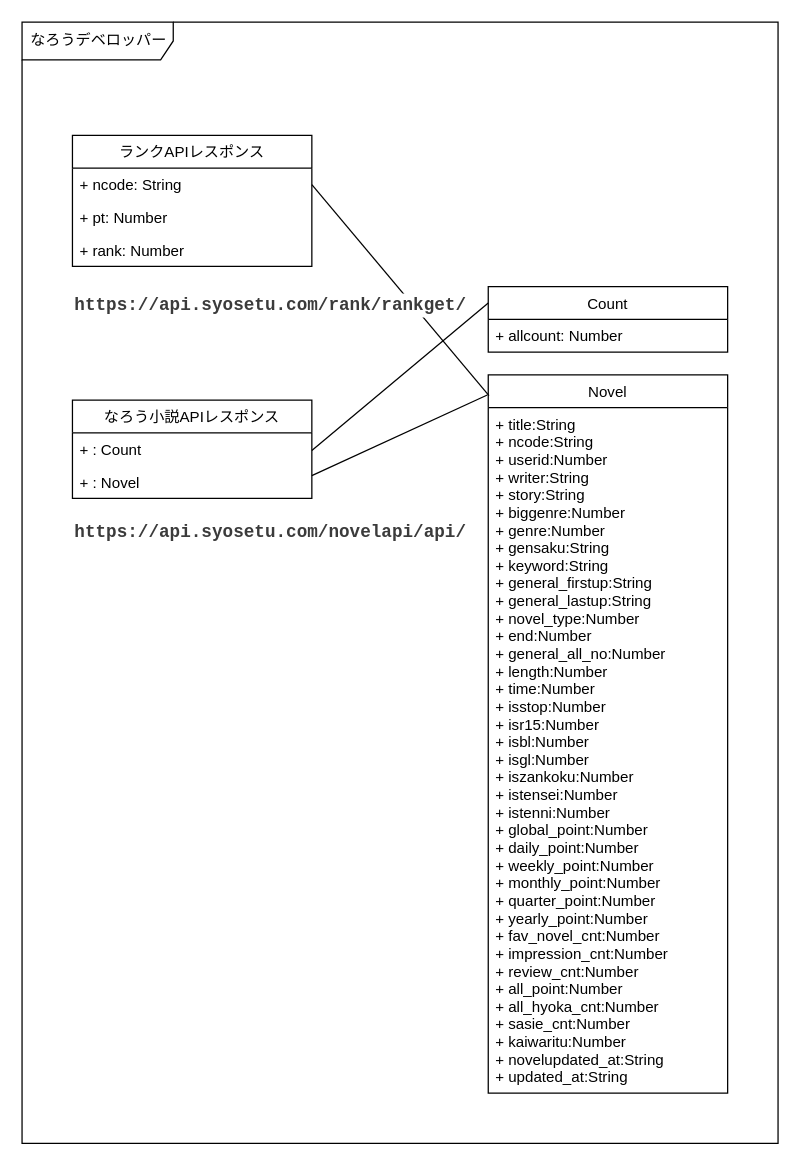
Before: なろう.drawio in k-irie/narou, a draw.io diagram. Source tidied: cells renumbered, new cells numbered last; positions are measured from the earlier drawing's top-left corner, leaving out a move shared by most shapes. Both pictures are drawn from the tidied source at 126%, with x=0, y=0 at pixel (21, 21).
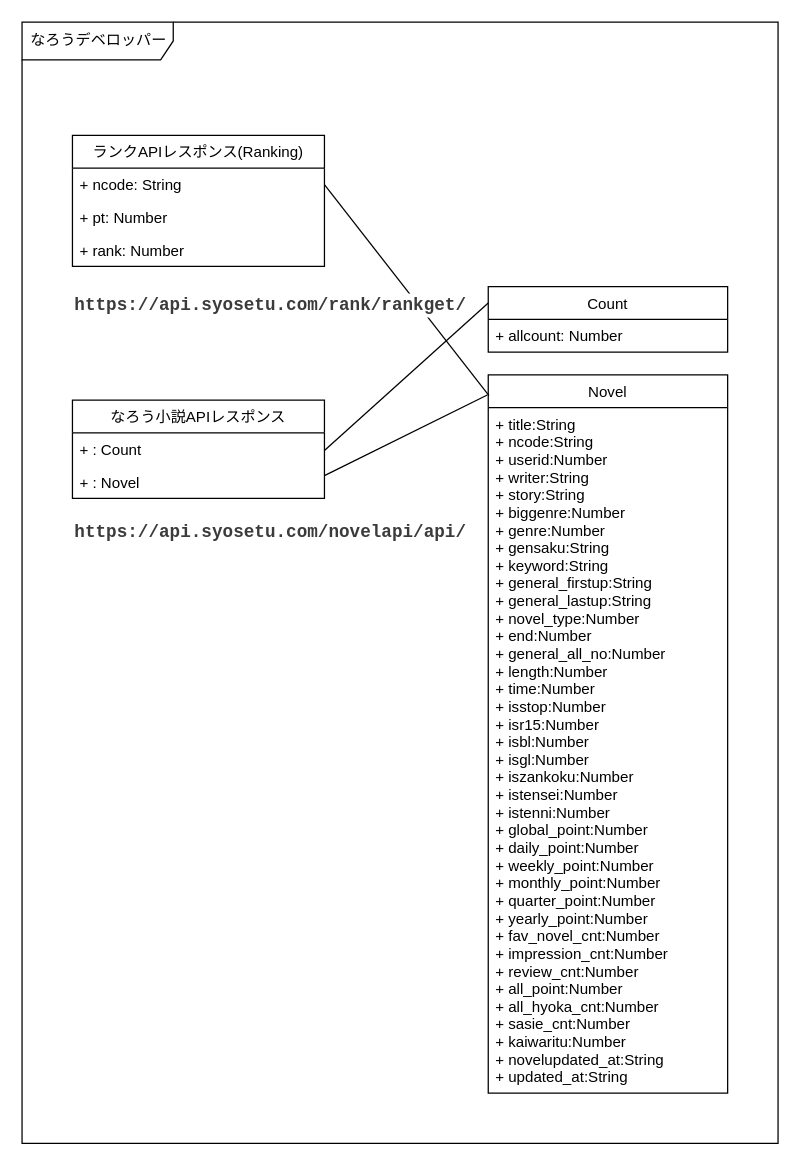
Above is the later version.

Change to the diagram source:
```diff
@@
 <mxGraphModel>
   <root>
     <mxCell id="0" />
     <mxCell id="1" parent="0" />
     <mxCell id="2" value="なろうデベロッパー" style="shape=umlFrame;whiteSpace=wrap;html=1;width=120;height=30;boundedLbl=1;verticalAlign=middle;align=left;spacingLeft=5;" parent="1" vertex="1">
       <mxGeometry width="600" height="890" as="geometry" />
     </mxCell>
-    <mxCell id="3" value="ランクAPIレスポンス" style="swimlane;fontStyle=0;horizontal=1;startSize=26;fillColor=none;" parent="1" vertex="1">
-      <mxGeometry x="40" y="90" width="190" height="104" as="geometry" />
+    <mxCell id="3" value="ランクAPIレスポンス(Ranking)" style="swimlane;fontStyle=0;horizontal=1;startSize=26;fillColor=none;" parent="1" vertex="1">
+      <mxGeometry x="40" y="90" width="200" height="104" as="geometry" />
     </mxCell>
     <mxCell id="4" value="+ ncode: String" style="text;strokeColor=none;fillColor=none;align=left;verticalAlign=top;spacingLeft=4;spacingRight=4;overflow=hidden;points=[[0,0.5],[1,0.5]];portConstraint=eastwest;" parent="3" vertex="1">
-      <mxGeometry y="26" width="190" height="26" as="geometry" />
+      <mxGeometry y="26" width="200" height="26" as="geometry" />
     </mxCell>
     <mxCell id="5" value="+ pt: Number" style="text;strokeColor=none;fillColor=none;align=left;verticalAlign=top;spacingLeft=4;spacingRight=4;overflow=hidden;" parent="3" vertex="1">
-      <mxGeometry y="52" width="190" height="26" as="geometry" />
+      <mxGeometry y="52" width="200" height="26" as="geometry" />
     </mxCell>
     <mxCell id="6" value="+ rank: Number" style="text;strokeColor=none;fillColor=none;align=left;verticalAlign=top;spacingLeft=4;spacingRight=4;overflow=hidden;" parent="3" vertex="1">
-      <mxGeometry y="78" width="190" height="26" as="geometry" />
+      <mxGeometry y="78" width="200" height="26" as="geometry" />
     </mxCell>
     <mxCell id="7" value="なろう小説APIレスポンス" style="swimlane;fontStyle=0;horizontal=1;startSize=26;fillColor=none;" parent="1" vertex="1">
-      <mxGeometry x="40" y="300" width="190" height="78" as="geometry" />
+      <mxGeometry x="40" y="300" width="200" height="78" as="geometry" />
     </mxCell>
     <mxCell id="8" value="+ : Count" style="text;strokeColor=none;fillColor=none;align=left;verticalAlign=top;spacingLeft=4;spacingRight=4;overflow=hidden;points=[[0,0.5],[1,0.5]];portConstraint=eastwest;" parent="7" vertex="1">
-      <mxGeometry y="26" width="190" height="26" as="geometry" />
+      <mxGeometry y="26" width="200" height="26" as="geometry" />
     </mxCell>
     <mxCell id="9" value="+ : Novel" style="text;strokeColor=none;fillColor=none;align=left;verticalAlign=top;spacingLeft=4;spacingRight=4;overflow=hidden;points=[[0,0.5],[1,0.5]];portConstraint=eastwest;" parent="7" vertex="1">
-      <mxGeometry y="52" width="190" height="26" as="geometry" />
+      <mxGeometry y="52" width="200" height="26" as="geometry" />
     </mxCell>
     <mxCell id="10" value="Count" style="swimlane;fontStyle=0;horizontal=1;startSize=26;fillColor=none;" parent="1" vertex="1">
       <mxGeometry x="370" y="210" width="190" height="52" as="geometry" />
     </mxCell>
     <mxCell id="11" value="+ allcount: Number" style="text;strokeColor=none;fillColor=none;align=left;verticalAlign=top;spacingLeft=4;spacingRight=4;overflow=hidden;" parent="10" vertex="1">
       <mxGeometry y="26" width="190" height="26" as="geometry" />
     </mxCell>
     <mxCell id="12" value="Novel" style="swimlane;fontStyle=0;horizontal=1;startSize=26;fillColor=none;" parent="1" vertex="1">
       <mxGeometry x="370" y="280" width="190" height="570" as="geometry" />
     </mxCell>
     <mxCell id="13" value="+ title:String&#10;+ ncode:String&#10;+ userid:Number&#10;+ writer:String&#10;+ story:String&#10;+ biggenre:Number&#10;+ genre:Number&#10;+ gensaku:String&#10;+ keyword:String&#10;+ general_firstup:String&#10;+ general_lastup:String&#10;+ novel_type:Number&#10;+ end:Number&#10;+ general_all_no:Number&#10;+ length:Number&#10;+ time:Number&#10;+ isstop:Number&#10;+ isr15:Number&#10;+ isbl:Number&#10;+ isgl:Number&#10;+ iszankoku:Number&#10;+ istensei:Number&#10;+ istenni:Number&#10;+ global_point:Number&#10;+ daily_point:Number&#10;+ weekly_point:Number&#10;+ monthly_point:Number&#10;+ quarter_point:Number&#10;+ yearly_point:Number&#10;+ fav_novel_cnt:Number&#10;+ impression_cnt:Number&#10;+ review_cnt:Number&#10;+ all_point:Number&#10;+ all_hyoka_cnt:Number&#10;+ sasie_cnt:Number&#10;+ kaiwaritu:Number&#10;+ novelupdated_at:String&#10;+ updated_at:String&#10;" style="text;strokeColor=none;fillColor=none;align=left;verticalAlign=top;spacingLeft=4;spacingRight=4;overflow=hidden;" parent="12" vertex="1">
       <mxGeometry y="26" width="190" height="544" as="geometry" />
     </mxCell>
     <mxCell id="14" style="edgeStyle=none;html=1;entryX=0;entryY=0.25;entryDx=0;entryDy=0;endArrow=none;endFill=0;exitX=1;exitY=0.538;exitDx=0;exitDy=0;exitPerimeter=0;" parent="1" edge="1" source="8" target="10">
       <mxGeometry relative="1" as="geometry" />
     </mxCell>
     <mxCell id="15" style="edgeStyle=none;html=1;endArrow=none;endFill=0;entryX=-0.004;entryY=0.028;entryDx=0;entryDy=0;entryPerimeter=0;exitX=1;exitY=0.308;exitDx=0;exitDy=0;exitPerimeter=0;" parent="1" edge="1" source="9" target="12">
       <mxGeometry relative="1" as="geometry" />
     </mxCell>
     <mxCell id="16" style="edgeStyle=none;html=1;entryX=0.003;entryY=0.029;entryDx=0;entryDy=0;entryPerimeter=0;exitX=1;exitY=0.5;exitDx=0;exitDy=0;endArrow=none;endFill=0;" parent="1" edge="1" source="4" target="12">
       <mxGeometry relative="1" as="geometry" />
     </mxCell>
     <mxCell id="17" value="&lt;div style=&quot;color: rgb(59, 59, 59); background-color: rgb(255, 255, 255); font-family: &amp;quot;Cascadia Code&amp;quot;, Consolas, &amp;quot;Courier New&amp;quot;, monospace, Consolas, &amp;quot;Courier New&amp;quot;, monospace; font-weight: bold; font-size: 14px; line-height: 19px;&quot;&gt;https://api.syosetu.com/rank/rankget/&lt;/div&gt;" style="text;html=1;align=left;verticalAlign=middle;strokeColor=none;fillColor=none;" parent="1" vertex="1">
       <mxGeometry x="40" y="210" width="330" height="30" as="geometry" />
     </mxCell>
     <mxCell id="18" value="&lt;div style=&quot;color: rgb(59, 59, 59); background-color: rgb(255, 255, 255); font-family: &amp;quot;Cascadia Code&amp;quot;, Consolas, &amp;quot;Courier New&amp;quot;, monospace, Consolas, &amp;quot;Courier New&amp;quot;, monospace; font-weight: bold; font-size: 14px; line-height: 19px;&quot;&gt;&lt;div style=&quot;line-height: 19px;&quot;&gt;https://api.syosetu.com/novelapi/api/ &lt;/div&gt;&lt;/div&gt;" style="text;html=1;align=left;verticalAlign=middle;strokeColor=none;fillColor=none;" parent="1" vertex="1">
       <mxGeometry x="40" y="390" width="330" height="30" as="geometry" />
     </mxCell>
   </root>
 </mxGraphModel>
```
